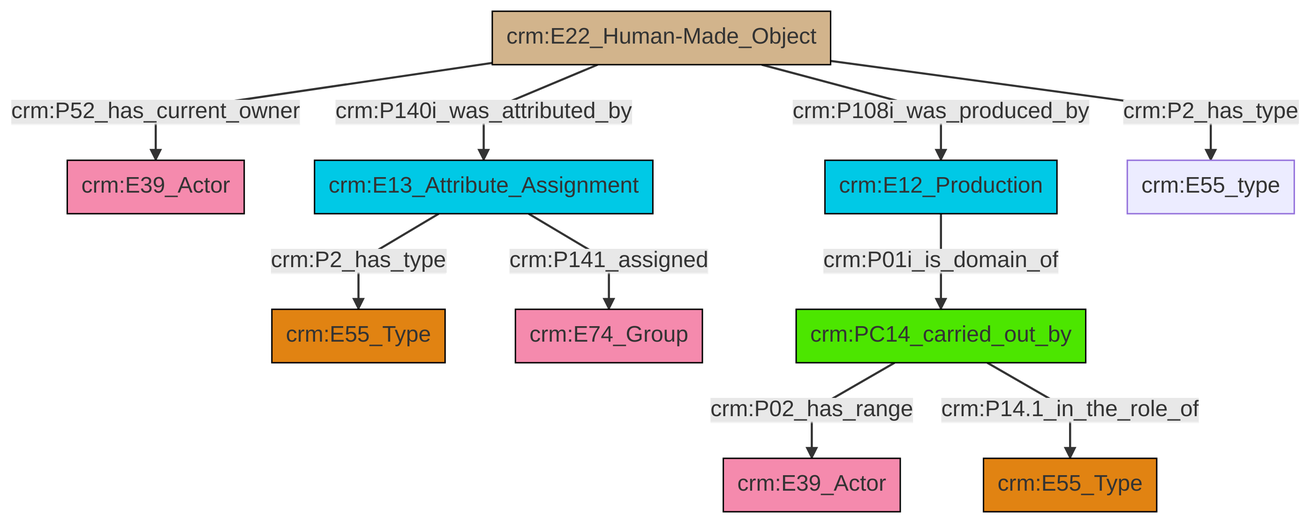
The Mermaid diagram et/builtWorkCSV/ttl/mmd/png/Built_Work_actor_relations.png in swiss-art-research-net/docs.swissartresearch, before a commit. Its source is kept beside it as et/builtWorkCSV/ttl/mmd/Built_Work_actor_relations.ttl.mmd.
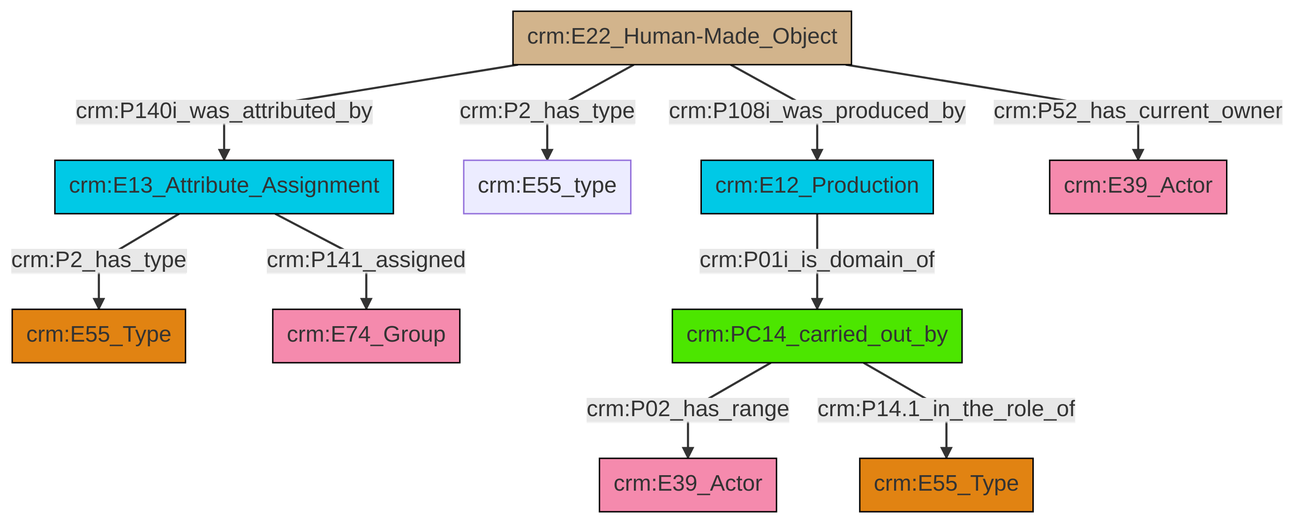
After the change.

What changed in the source:
```diff
@@ -13,12 +13,12 @@
 classDef PC_Classes fill:#4ce600, stroke:#000000;
 classDef Multi fill:#cccccc,stroke:#000000;
 
-0["crm:E22_Human-Made_Object"]:::Physical_Thing -->|crm:P52_has_current_owner| 1["crm:E39_Actor"]:::Actor
-2["crm:E13_Attribute_Assignment"]:::Temporal_Entity -->|crm:P2_has_type| 3["crm:E55_Type"]:::Type
-6["crm:PC14_carried_out_by"]:::PC_Classes -->|crm:P02_has_range| 8["crm:E39_Actor"]:::Actor
-0["crm:E22_Human-Made_Object"]:::Physical_Thing -->|crm:P140i_was_attributed_by| 2["crm:E13_Attribute_Assignment"]:::Temporal_Entity
-2["crm:E13_Attribute_Assignment"]:::Temporal_Entity -->|crm:P141_assigned| 10["crm:E74_Group"]:::Actor
-14["crm:E12_Production"]:::Temporal_Entity -->|crm:P01i_is_domain_of| 6["crm:PC14_carried_out_by"]:::PC_Classes
-6["crm:PC14_carried_out_by"]:::PC_Classes -->|crm:P14.1_in_the_role_of| 11["crm:E55_Type"]:::Type
-0["crm:E22_Human-Made_Object"]:::Physical_Thing -->|crm:P108i_was_produced_by| 14["crm:E12_Production"]:::Temporal_Entity
-0["crm:E22_Human-Made_Object"]:::Physical_Thing -->|crm:P2_has_type| 17["crm:E55_type"]:::Default
+0["crm:E13_Attribute_Assignment"]:::Temporal_Entity -->|crm:P2_has_type| 1["crm:E55_Type"]:::Type
+0["crm:E13_Attribute_Assignment"]:::Temporal_Entity -->|crm:P141_assigned| 2["crm:E74_Group"]:::Actor
+6["crm:E22_Human-Made_Object"]:::Physical_Thing -->|crm:P2_has_type| 7["crm:E55_type"]:::Default
+3["crm:PC14_carried_out_by"]:::PC_Classes -->|crm:P02_has_range| 8["crm:E39_Actor"]:::Actor
+10["crm:E12_Production"]:::Temporal_Entity -->|crm:P01i_is_domain_of| 3["crm:PC14_carried_out_by"]:::PC_Classes
+3["crm:PC14_carried_out_by"]:::PC_Classes -->|crm:P14.1_in_the_role_of| 14["crm:E55_Type"]:::Type
+6["crm:E22_Human-Made_Object"]:::Physical_Thing -->|crm:P108i_was_produced_by| 10["crm:E12_Production"]:::Temporal_Entity
+6["crm:E22_Human-Made_Object"]:::Physical_Thing -->|crm:P140i_was_attributed_by| 0["crm:E13_Attribute_Assignment"]:::Temporal_Entity
+6["crm:E22_Human-Made_Object"]:::Physical_Thing -->|crm:P52_has_current_owner| 17["crm:E39_Actor"]:::Actor
```
